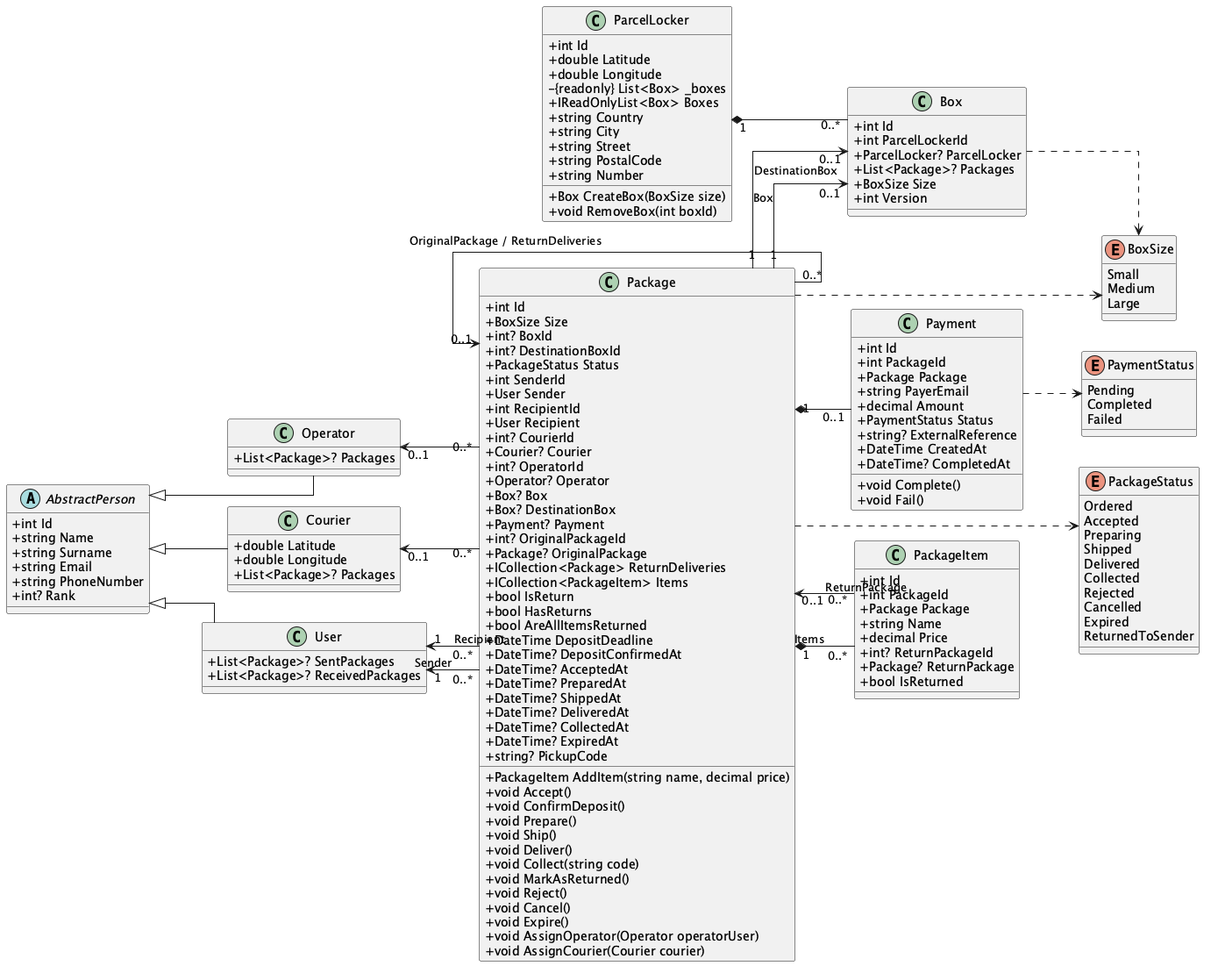
Before: krzycha/docs/nowe/class/class-diagram.png, a diagram exported from PlantUML (AGH-ISI-projects/package-management). Its diagram source:
```plantuml
@startuml

left to right direction
skinparam linetype ortho
skinparam classAttributeIconSize 0


together {
    abstract class AbstractPerson {
        +int Id
        +string Name
        +string Surname
        +string Email
        +string PhoneNumber
        +int? Rank
    }

    class User {
        +List<Package>? SentPackages
        +List<Package>? ReceivedPackages
    }

    class Courier {
        +double Latitude
        +double Longitude
        +List<Package>? Packages
    }

    class Operator {
        +List<Package>? Packages
    }
}

class Package {
    +int Id
    +BoxSize Size
    +int? BoxId
    +int? DestinationBoxId
    +PackageStatus Status
    +int SenderId
    +User Sender
    +int RecipientId
    +User Recipient
    +int? CourierId
    +Courier? Courier
    +int? OperatorId
    +Operator? Operator
    +Box? Box
    +Box? DestinationBox
    +Payment? Payment
    +int? OriginalPackageId
    +Package? OriginalPackage
    +ICollection<Package> ReturnDeliveries
    +ICollection<PackageItem> Items
    +bool IsReturn
    +bool HasReturns
    +bool AreAllItemsReturned
    +DateTime DepositDeadline
    +DateTime? DepositConfirmedAt
    +DateTime? AcceptedAt
    +DateTime? PreparedAt
    +DateTime? ShippedAt
    +DateTime? DeliveredAt
    +DateTime? CollectedAt
    +DateTime? ExpiredAt
    +string? PickupCode

    +PackageItem AddItem(string name, decimal price)
    +void Accept()
    +void ConfirmDeposit()
    +void Prepare()
    +void Ship()
    +void Deliver()
    +void Collect(string code)
    +void MarkAsReturned()
    +void Reject()
    +void Cancel()
    +void Expire()
    +void AssignOperator(Operator operatorUser)
    +void AssignCourier(Courier courier)
}

class Payment {
    +int Id
    +int PackageId
    +Package Package
    +string PayerEmail
    +decimal Amount
    +PaymentStatus Status
    +string? ExternalReference
    +DateTime CreatedAt
    +DateTime? CompletedAt

    +void Complete()
    +void Fail()
}

class PackageItem {
    +int Id
    +int PackageId
    +Package Package
    +string Name
    +decimal Price
    +int? ReturnPackageId
    +Package? ReturnPackage
    +bool IsReturned
}

together {
    class Box {
        +int Id
        +int ParcelLockerId
        +ParcelLocker? ParcelLocker
        +List<Package>? Packages
        +BoxSize Size
        +int Version
    }

    class ParcelLocker {
        +int Id
        +double Latitude
        +double Longitude
        -{readonly} List<Box> _boxes
        +IReadOnlyList<Box> Boxes
        +string Country
        +string City
        +string Street
        +string PostalCode
        +string Number

        +Box CreateBox(BoxSize size)
        +void RemoveBox(int boxId)
    }
}

together {
    enum PackageStatus {
        Ordered
        Accepted
        Preparing
        Shipped
        Delivered
        Collected
        Rejected
        Cancelled
        Expired
        ReturnedToSender
    }

    enum BoxSize {
        Small
        Medium
        Large
    }

    enum PaymentStatus {
        Pending
        Completed
        Failed
    }
}


AbstractPerson <|-- User
AbstractPerson <|-- Courier
AbstractPerson <|-- Operator

User "1" <-- "0..*" Package : Sender
User "1" <-- "0..*" Package : Recipient
Courier "0..1" <-- "0..*" Package
Operator "0..1" <-- "0..*" Package

Package "1" --> "0..1" Box : Box
Package "1" --> "0..1" Box : DestinationBox

ParcelLocker "1" *-- "0..*" Box

Package "1" *-- "0..1" Payment
Package "1" *-- "0..*" PackageItem : Items
Package "0..1" <-- "0..*" Package : OriginalPackage / ReturnDeliveries
PackageItem "0..*" --> "0..1" Package : ReturnPackage

Package ..> PackageStatus
Package ..> BoxSize
Box ..> BoxSize
Payment ..> PaymentStatus

@enduml
```
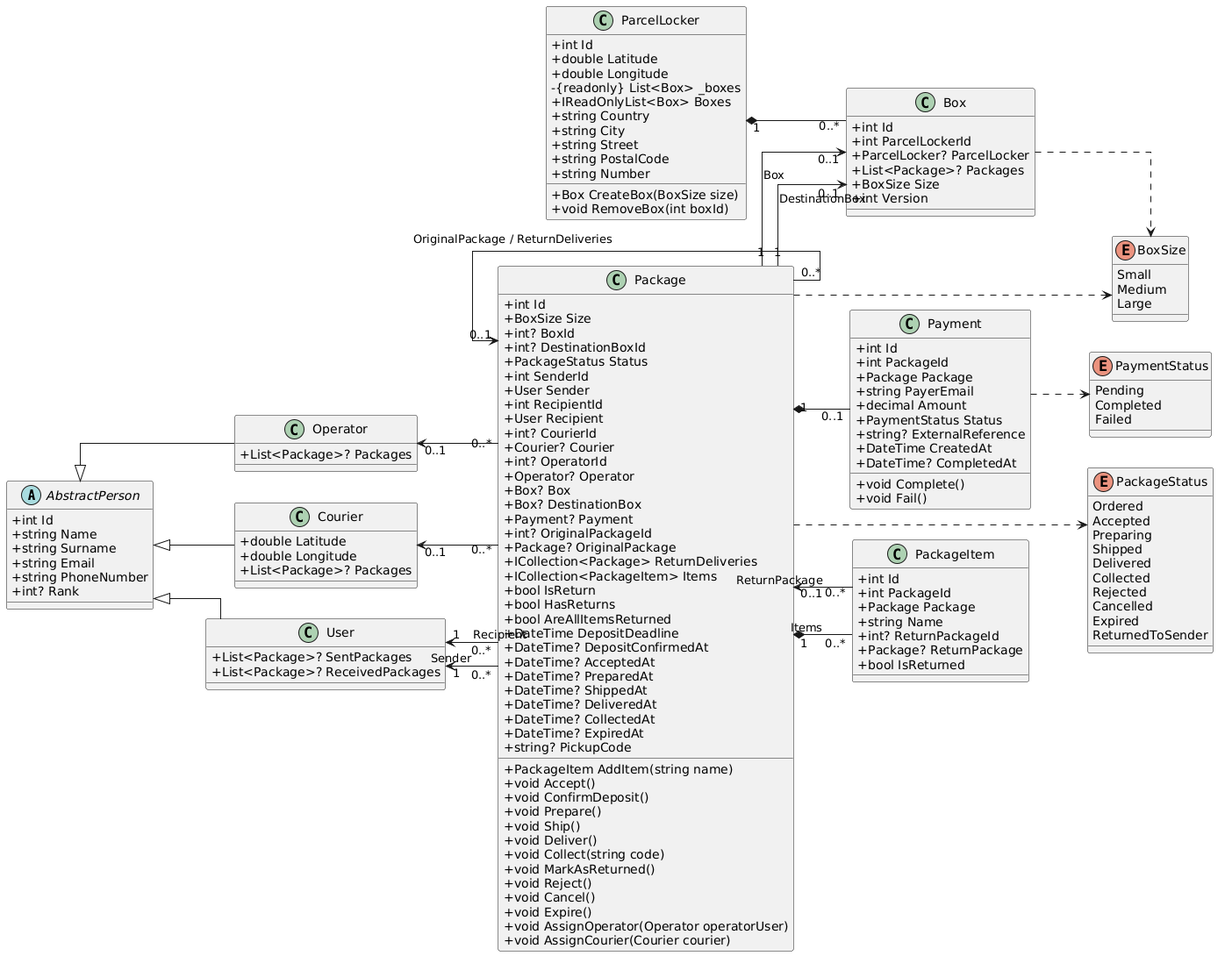
The same file after the commit.

The edit, as a diff of the source:
```diff
@@ -1,5 +1,4 @@
 @startuml
-
 left to right direction
 skinparam linetype ortho
 skinparam classAttributeIconSize 0
@@ -65,7 +64,7 @@
     +DateTime? ExpiredAt
     +string? PickupCode
 
-    +PackageItem AddItem(string name, decimal price)
+    +PackageItem AddItem(string name)
     +void Accept()
     +void ConfirmDeposit()
     +void Prepare()
@@ -100,7 +99,6 @@
     +int PackageId
     +Package Package
     +string Name
-    +decimal Price
     +int? ReturnPackageId
     +Package? ReturnPackage
     +bool IsReturned
@@ -184,5 +182,4 @@
 Package ..> BoxSize
 Box ..> BoxSize
 Payment ..> PaymentStatus
-
 @enduml
```
